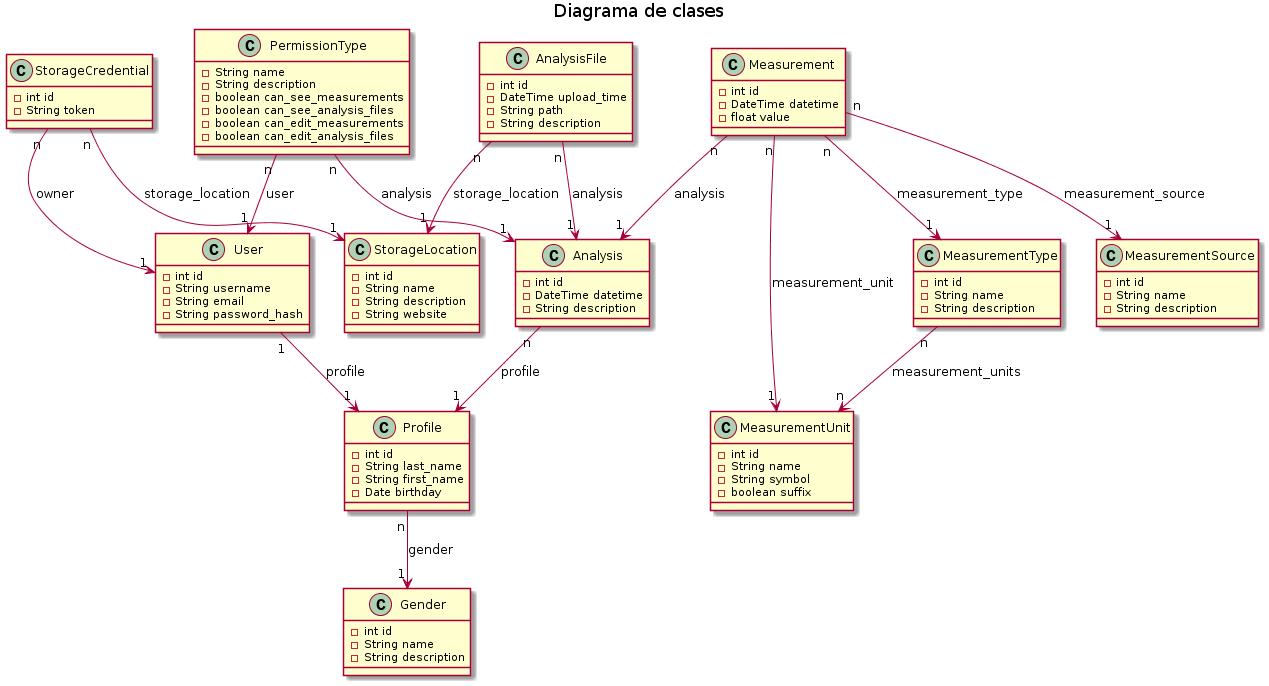
Before: uml/diagramaClases.png, a diagram exported from PlantUML (yaninagm/doc).
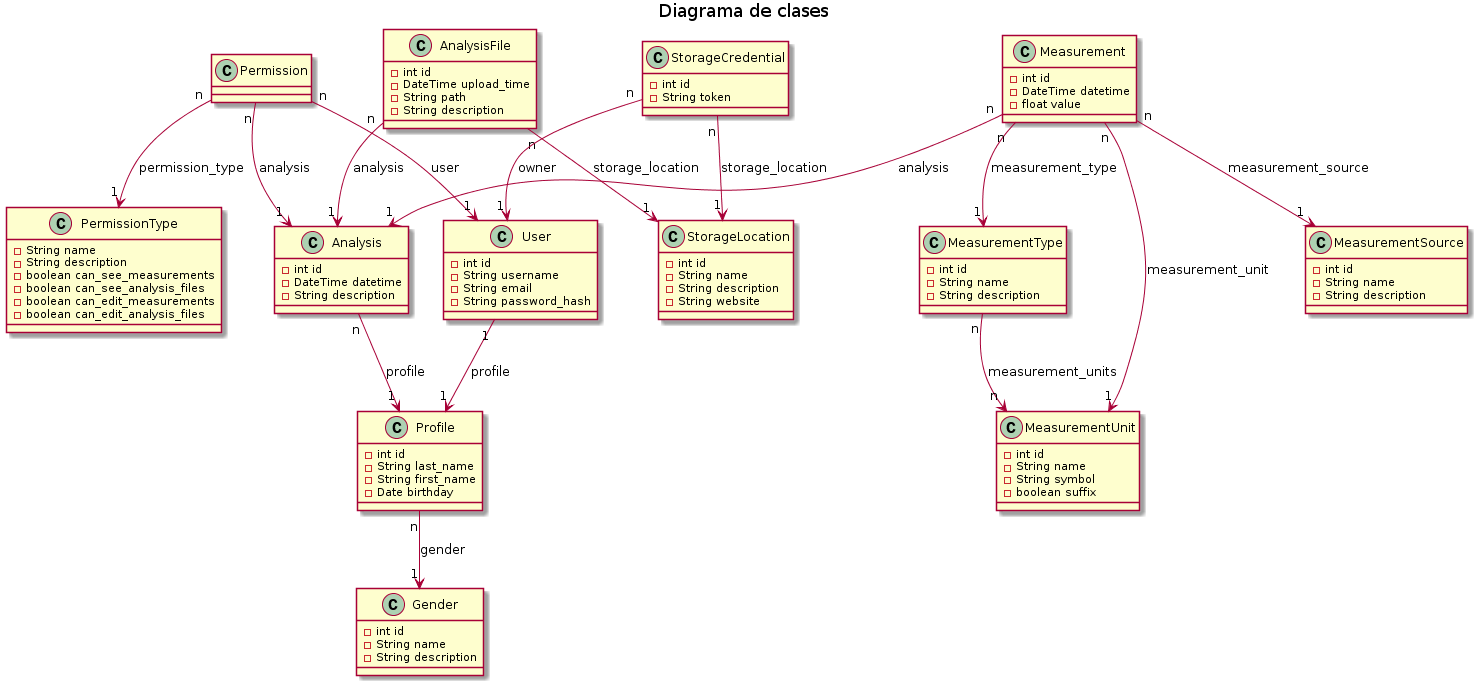
Above is the later version.

Commit message:
Separación de clases Permission y PermissionType

What changed in the source:
```diff
@@ -60,6 +60,18 @@
     -String description
 }
 
+class Permission {
+}
+
+class PermissionType {
+    -String name
+    -String description
+    -boolean can_see_measurements
+    -boolean can_see_analysis_files
+    -boolean can_edit_measurements
+    -boolean can_edit_analysis_files
+}
+
 class StorageLocation {
     -int id
     -String name
@@ -72,14 +84,6 @@
     -String token
 }
 
-class PermissionType {
-    -String name
-    -String description
-    -boolean can_see_measurements
-    -boolean can_see_analysis_files
-    -boolean can_edit_measurements
-    -boolean can_edit_analysis_files
-}
 
 
 Measurement "n" --> "1" MeasurementUnit : measurement_unit
@@ -97,8 +101,9 @@
 AnalysisFile "n" --> "1" StorageLocation : storage_location
 Analysis "n" --> "1" Profile : profile
 
-PermissionType "n" --> "1" User : user
-PermissionType "n" --> "1" Analysis : analysis
+Permission "n" --> "1" Analysis : analysis
+Permission "n" --> "1" PermissionType : permission_type
+Permission "n" --> "1" User : user
 
 StorageCredential "n" --> "1" User : owner
 StorageCredential "n" --> "1" StorageLocation : storage_location
```
